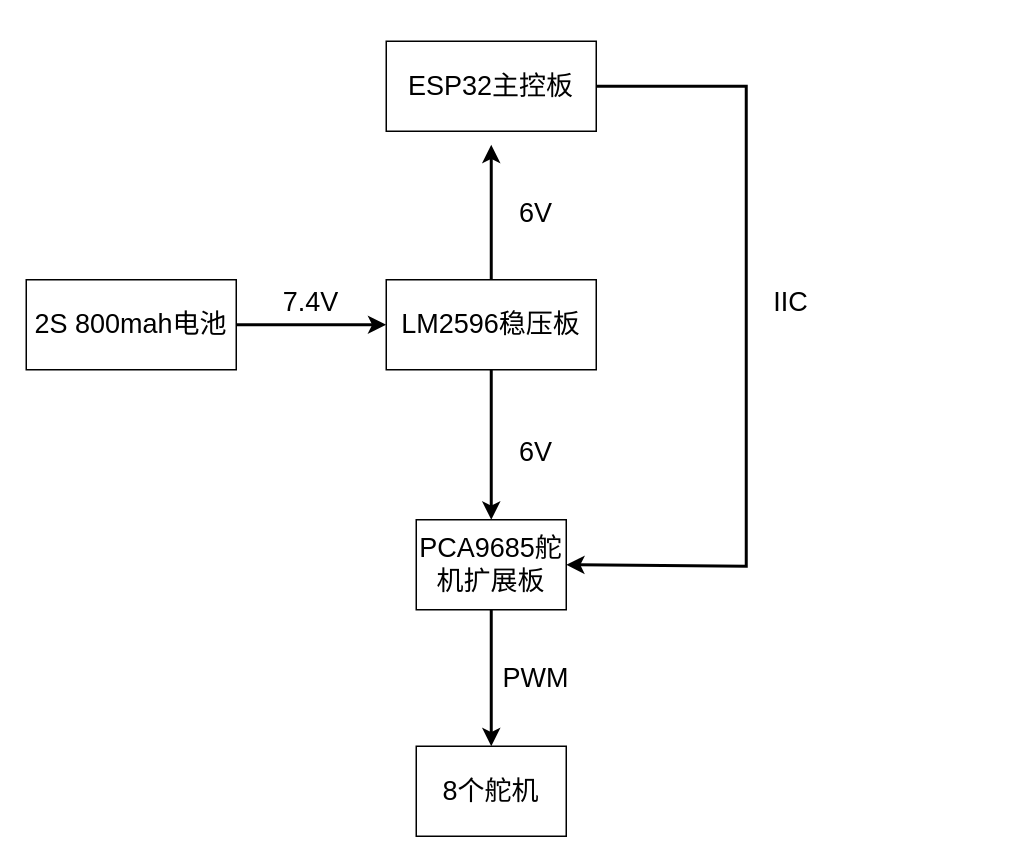
The draw.io diagram 硬件架构图.drawio in KAZAMA-DREAM/picture, before the edit. Source tidied: cells renumbered, new cells numbered last; positions are measured from the earlier drawing's top-left corner, leaving out a move shared by most shapes. Both pictures are drawn from the tidied source at 150%, with x=0, y=0 at pixel (26, 40).
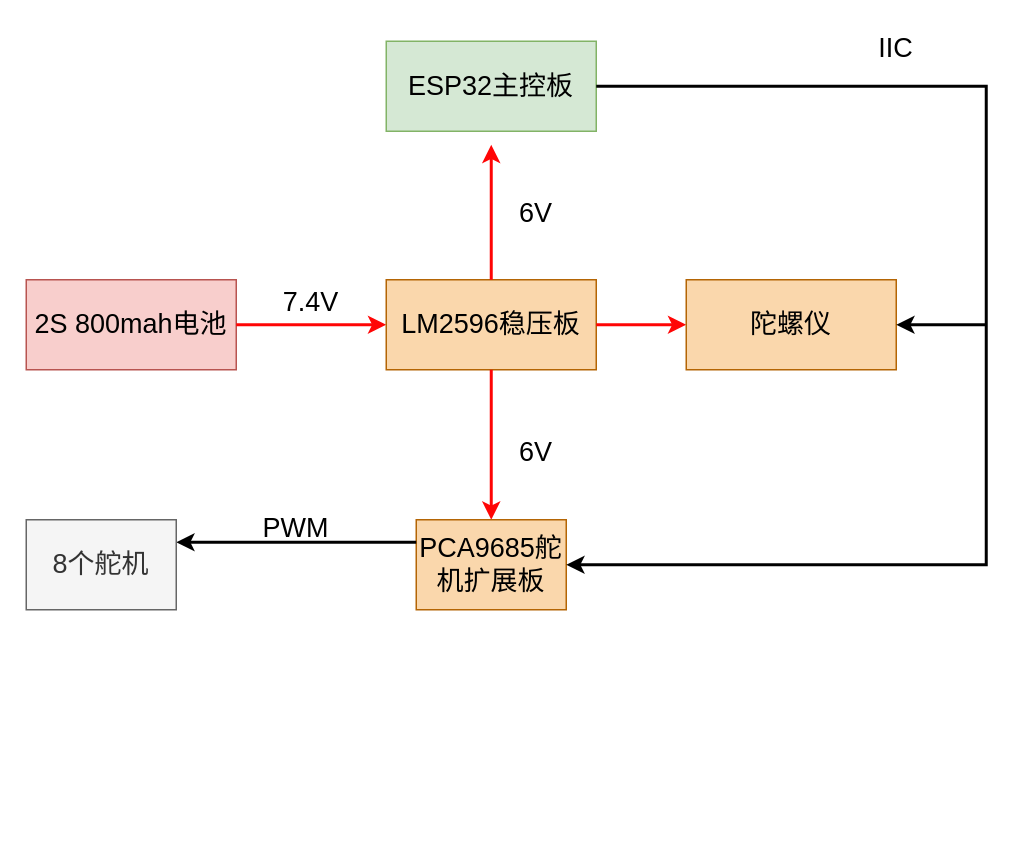
Above is the later version.

Commit message (it also covers changes not shown here):
更新硬件架构图.drawio

What changed in the source:
```diff
@@
-    <mxCell id="2" value="&lt;font style=&quot;font-size: 18px;&quot;&gt;2S 800mah电池&lt;/font&gt;" style="rounded=0;whiteSpace=wrap;html=1;" parent="1" vertex="1">
+    <mxCell id="2" value="&lt;font style=&quot;font-size: 18px;&quot;&gt;2S 800mah电池&lt;/font&gt;" style="rounded=0;whiteSpace=wrap;html=1;fillColor=#f8cecc;strokeColor=#b85450;" parent="1" vertex="1">
       <mxGeometry y="159" width="140" height="60" as="geometry" />
     </mxCell>
-    <mxCell id="3" style="endArrow=classic;html=1;rounded=0;fontSize=18;exitX=1;exitY=0.5;exitDx=0;exitDy=0;strokeWidth=2;" parent="1" edge="1" source="2">
+    <mxCell id="3" style="endArrow=classic;html=1;rounded=0;fontSize=18;exitX=1;exitY=0.5;exitDx=0;exitDy=0;strokeWidth=2;strokeColor=#FF0505;" parent="1" edge="1" source="2">
       <mxGeometry relative="1" as="geometry">
         <mxPoint x="240" y="189" as="targetPoint" />
       </mxGeometry>
     </mxCell>
@@
-    <mxCell id="5" value="&lt;font style=&quot;font-size: 18px;&quot;&gt;LM2596稳压板&lt;/font&gt;" style="rounded=0;whiteSpace=wrap;html=1;" parent="1" vertex="1">
+    <mxCell id="5" value="&lt;font style=&quot;font-size: 18px;&quot;&gt;LM2596稳压板&lt;/font&gt;" style="rounded=0;whiteSpace=wrap;html=1;fillColor=#fad7ac;strokeColor=#b46504;" parent="1" vertex="1">
       <mxGeometry x="240" y="159" width="140" height="60" as="geometry" />
     </mxCell>
-    <mxCell id="6" style="endArrow=classic;html=1;rounded=0;fontSize=18;exitX=0.5;exitY=1;exitDx=0;exitDy=0;strokeWidth=2;" parent="1" edge="1" source="5">
+    <mxCell id="6" style="endArrow=classic;html=1;rounded=0;fontSize=18;exitX=0.5;exitY=1;exitDx=0;exitDy=0;strokeWidth=2;strokeColor=#FF0505;" parent="1" edge="1" source="5">
       <mxGeometry relative="1" as="geometry">
         <mxPoint x="310" y="319" as="targetPoint" />
       </mxGeometry>
     </mxCell>
@@
-    <mxCell id="8" value="&lt;span style=&quot;font-size: 18px;&quot;&gt;PCA9685舵机扩展板&lt;/span&gt;" style="rounded=0;whiteSpace=wrap;html=1;" parent="1" vertex="1">
+    <mxCell id="8" value="&lt;span style=&quot;font-size: 18px;&quot;&gt;PCA9685舵机扩展板&lt;/span&gt;" style="rounded=0;whiteSpace=wrap;html=1;fillColor=#fad7ac;strokeColor=#b46504;" parent="1" vertex="1">
       <mxGeometry x="260" y="319" width="100" height="60" as="geometry" />
     </mxCell>
-    <mxCell id="9" style="endArrow=classic;html=1;rounded=0;fontSize=18;exitX=0.5;exitY=1;exitDx=0;exitDy=0;strokeWidth=2;entryX=0.5;entryY=0;entryDx=0;entryDy=0;" parent="1" edge="1" source="8" target="10">
+    <mxCell id="9" style="endArrow=classic;html=1;rounded=0;fontSize=18;exitX=0;exitY=0.25;exitDx=0;exitDy=0;strokeWidth=2;entryX=1;entryY=0.25;entryDx=0;entryDy=0;" parent="1" edge="1" source="8" target="10">
       <mxGeometry relative="1" as="geometry" />
     </mxCell>
-    <mxCell id="10" value="&lt;font style=&quot;font-size: 18px;&quot;&gt;8个舵机&lt;/font&gt;" style="rounded=0;whiteSpace=wrap;html=1;" parent="1" vertex="1">
-      <mxGeometry x="260" y="470" width="100" height="60" as="geometry" />
+    <mxCell id="10" value="&lt;font style=&quot;font-size: 18px;&quot;&gt;8个舵机&lt;/font&gt;" style="rounded=0;whiteSpace=wrap;html=1;fillColor=#f5f5f5;fontColor=#333333;strokeColor=#666666;" parent="1" vertex="1">
+      <mxGeometry y="319" width="100" height="60" as="geometry" />
     </mxCell>
     <mxCell id="11" value="PWM" style="text;html=1;strokeColor=none;fillColor=none;align=center;verticalAlign=middle;whiteSpace=wrap;rounded=0;fontSize=18;" parent="1" vertex="1">
-      <mxGeometry x="310" y="410" width="60" height="30" as="geometry" />
+      <mxGeometry x="150" y="310" width="60" height="30" as="geometry" />
     </mxCell>
-    <mxCell id="12" style="endArrow=classic;html=1;rounded=0;fontSize=18;strokeWidth=2;exitX=0.5;exitY=0;exitDx=0;exitDy=0;" parent="1" edge="1" source="5">
+    <mxCell id="12" style="endArrow=classic;html=1;rounded=0;fontSize=18;strokeWidth=2;exitX=0.5;exitY=0;exitDx=0;exitDy=0;strokeColor=#FF0505;" parent="1" edge="1" source="5">
       <mxGeometry relative="1" as="geometry">
         <mxPoint x="310" y="69" as="targetPoint" />
       </mxGeometry>
     </mxCell>
-    <mxCell id="13" value="&lt;font style=&quot;font-size: 18px;&quot;&gt;ESP32主控板&lt;/font&gt;" style="rounded=0;whiteSpace=wrap;html=1;" parent="1" vertex="1">
+    <mxCell id="13" value="&lt;font style=&quot;font-size: 18px;&quot;&gt;ESP32主控板&lt;/font&gt;" style="rounded=0;whiteSpace=wrap;html=1;fillColor=#d5e8d4;strokeColor=#82b366;" parent="1" vertex="1">
       <mxGeometry x="240" width="140" height="60" as="geometry" />
     </mxCell>
@@
     <mxCell id="15" style="endArrow=classic;html=1;rounded=0;fontSize=18;strokeWidth=2;exitX=1;exitY=0.5;exitDx=0;exitDy=0;entryX=1;entryY=0.5;entryDx=0;entryDy=0;" parent="1" edge="1" source="13" target="8">
       <mxGeometry relative="1" as="geometry">
         <Array as="points">
-          <mxPoint x="480" y="30" />
-          <mxPoint x="480" y="350" />
+          <mxPoint x="640" y="30" />
+          <mxPoint x="640" y="349" />
         </Array>
       </mxGeometry>
     </mxCell>
     <mxCell id="16" value="IIC" style="text;html=1;strokeColor=none;fillColor=none;align=center;verticalAlign=middle;whiteSpace=wrap;rounded=0;fontSize=18;" parent="1" vertex="1">
-      <mxGeometry x="480" y="159" width="60" height="30" as="geometry" />
+      <mxGeometry x="550" y="-10" width="60" height="30" as="geometry" />
     </mxCell>
+    <mxCell id="17" style="endArrow=classic;html=1;rounded=0;fontSize=18;strokeWidth=2;exitX=1;exitY=0.5;exitDx=0;exitDy=0;strokeColor=#FF0505;" parent="1" edge="1" source="5">
+      <mxGeometry relative="1" as="geometry">
+        <mxPoint x="440" y="189" as="targetPoint" />
+      </mxGeometry>
+    </mxCell>
+    <mxCell id="18" value="&lt;font style=&quot;font-size: 18px;&quot;&gt;陀螺仪&lt;/font&gt;" style="rounded=0;whiteSpace=wrap;html=1;fillColor=#fad7ac;strokeColor=#b46504;" parent="1" vertex="1">
+      <mxGeometry x="440" y="159" width="140" height="60" as="geometry" />
+    </mxCell>
+    <mxCell id="19" style="endArrow=classic;html=1;rounded=0;fontSize=18;strokeWidth=2;entryX=1;entryY=0.5;entryDx=0;entryDy=0;" parent="1" edge="1" target="18">
+      <mxGeometry relative="1" as="geometry">
+        <mxPoint x="640" y="189" as="sourcePoint" />
+      </mxGeometry>
+    </mxCell>
```
